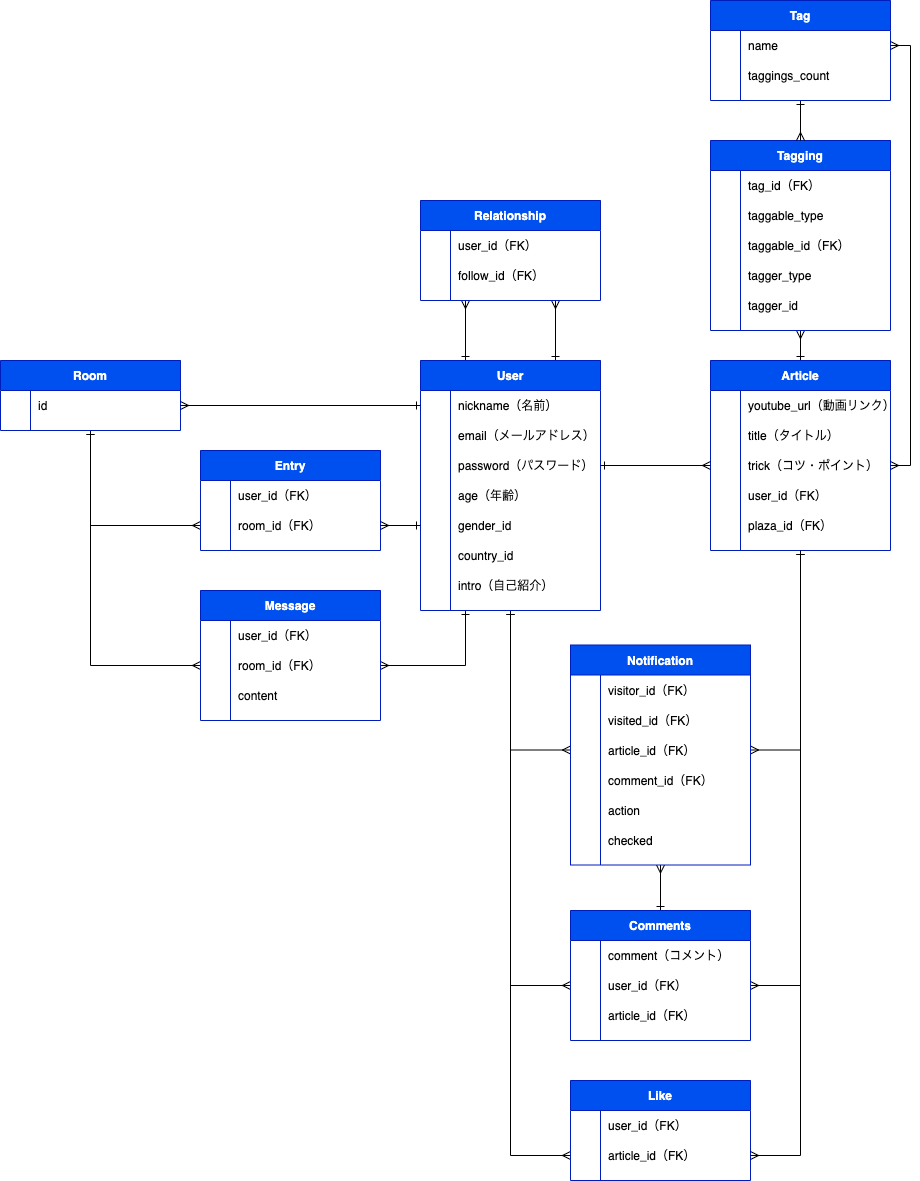
Above: er-kchannel.png in soozeay/k-channel (draw.io), before the change. Source tidied: cells renumbered, new cells last; positions are measured from the earlier drawing's top-left corner, leaving out a move shared by most shapes.
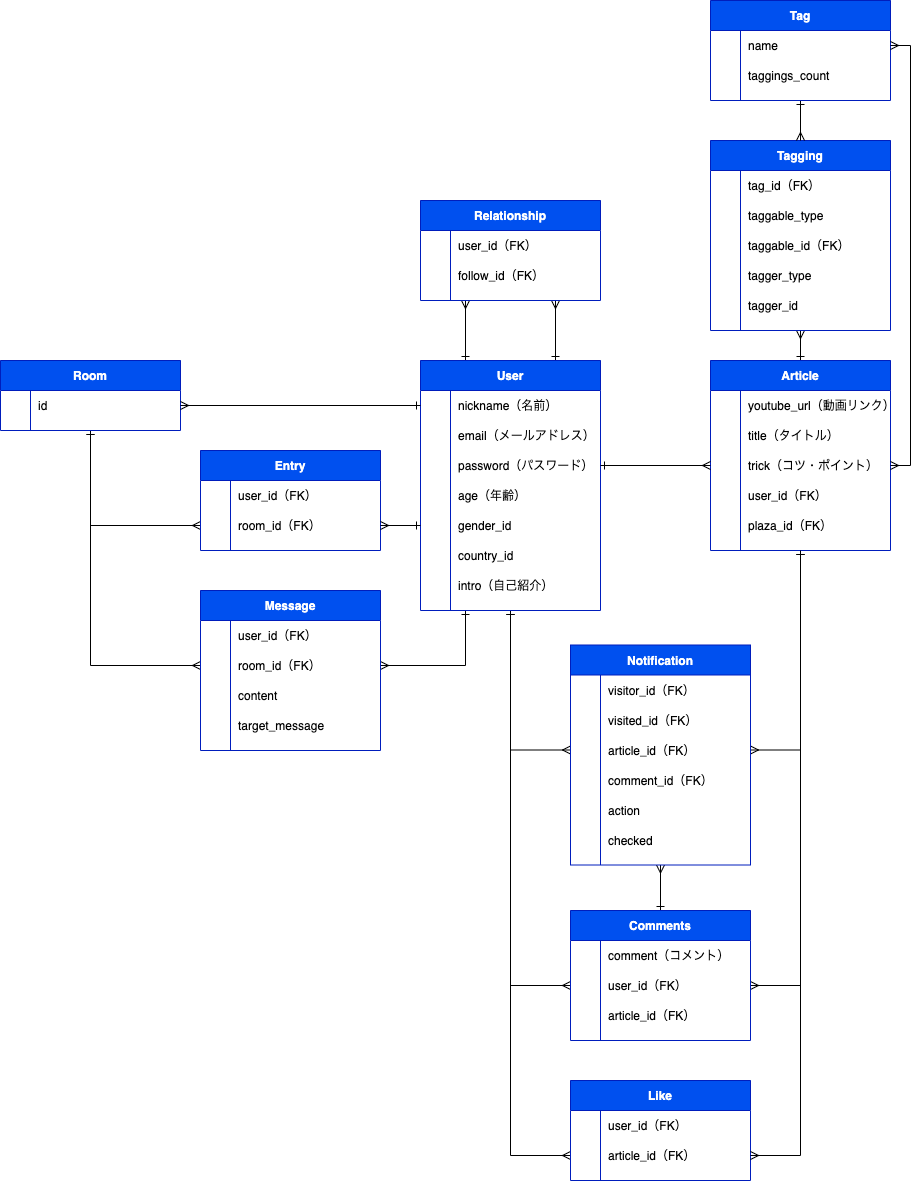
After the change.

Commit message:
READMEとER図を修正

Diff of the diagram source:
```diff
@@ -348,7 +348,7 @@
       <mxGeometry relative="1" as="geometry" />
     </mxCell>
     <mxCell id="117" value="Message" style="shape=table;startSize=30;rowLines=0;fontStyle=1;align=center;fillColor=#0050ef;strokeColor=#001DBC;swimlaneFillColor=#ffffff;fontColor=#ffffff;" parent="1" vertex="1">
-      <mxGeometry x="200" y="590" width="180" height="130" as="geometry" />
+      <mxGeometry x="200" y="590" width="180" height="160" as="geometry" />
     </mxCell>
     <mxCell id="118" style="shape=partialRectangle;fillColor=none;top=0;left=0;bottom=0;right=0;" parent="117" vertex="1">
       <mxGeometry y="30" width="180" height="30" as="geometry" />
@@ -377,6 +377,15 @@
     <mxCell id="126" value="content" style="shape=partialRectangle;fillColor=none;top=0;left=0;bottom=0;right=0;align=left;spacingLeft=6;overflow=hidden;fontColor=#000000;" parent="124" vertex="1">
       <mxGeometry x="30" width="150" height="30" as="geometry" />
     </mxCell>
+    <mxCell id="146" style="shape=partialRectangle;fillColor=none;top=0;left=0;bottom=0;right=0;" parent="117" vertex="1">
+      <mxGeometry y="120" width="180" height="30" as="geometry" />
+    </mxCell>
+    <mxCell id="147" style="shape=partialRectangle;fillColor=none;top=0;left=0;bottom=0;right=0;overflow=hidden;" parent="146" vertex="1">
+      <mxGeometry width="30" height="30" as="geometry" />
+    </mxCell>
+    <mxCell id="148" value="target_message" style="shape=partialRectangle;fillColor=none;top=0;left=0;bottom=0;right=0;align=left;spacingLeft=6;overflow=hidden;fontColor=#000000;" parent="146" vertex="1">
+      <mxGeometry x="30" width="150" height="30" as="geometry" />
+    </mxCell>
     <mxCell id="127" value="Notification" style="shape=table;startSize=30;rowLines=0;fontStyle=1;align=center;fillColor=#0050ef;strokeColor=#001DBC;swimlaneFillColor=#ffffff;fontColor=#ffffff;" parent="1" vertex="1">
       <mxGeometry x="570" y="644.5" width="180" height="220" as="geometry" />
     </mxCell>
```
